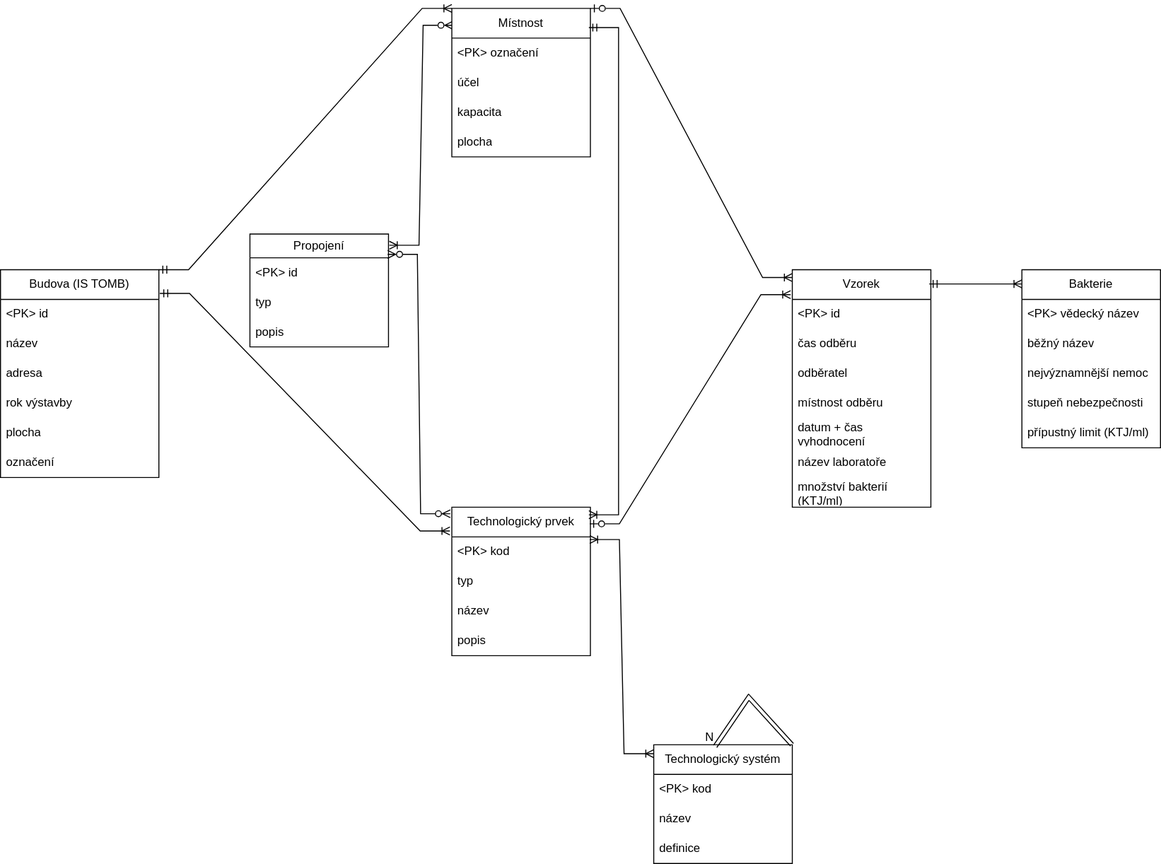
Above: Homework n.1/IUS_Pasportizace.drawio.svg in adstrafe/IUS (draw.io), before the change. Source tidied: cells renumbered, new cells last; positions are measured from the earlier drawing's top-left corner, leaving out a move shared by most shapes.
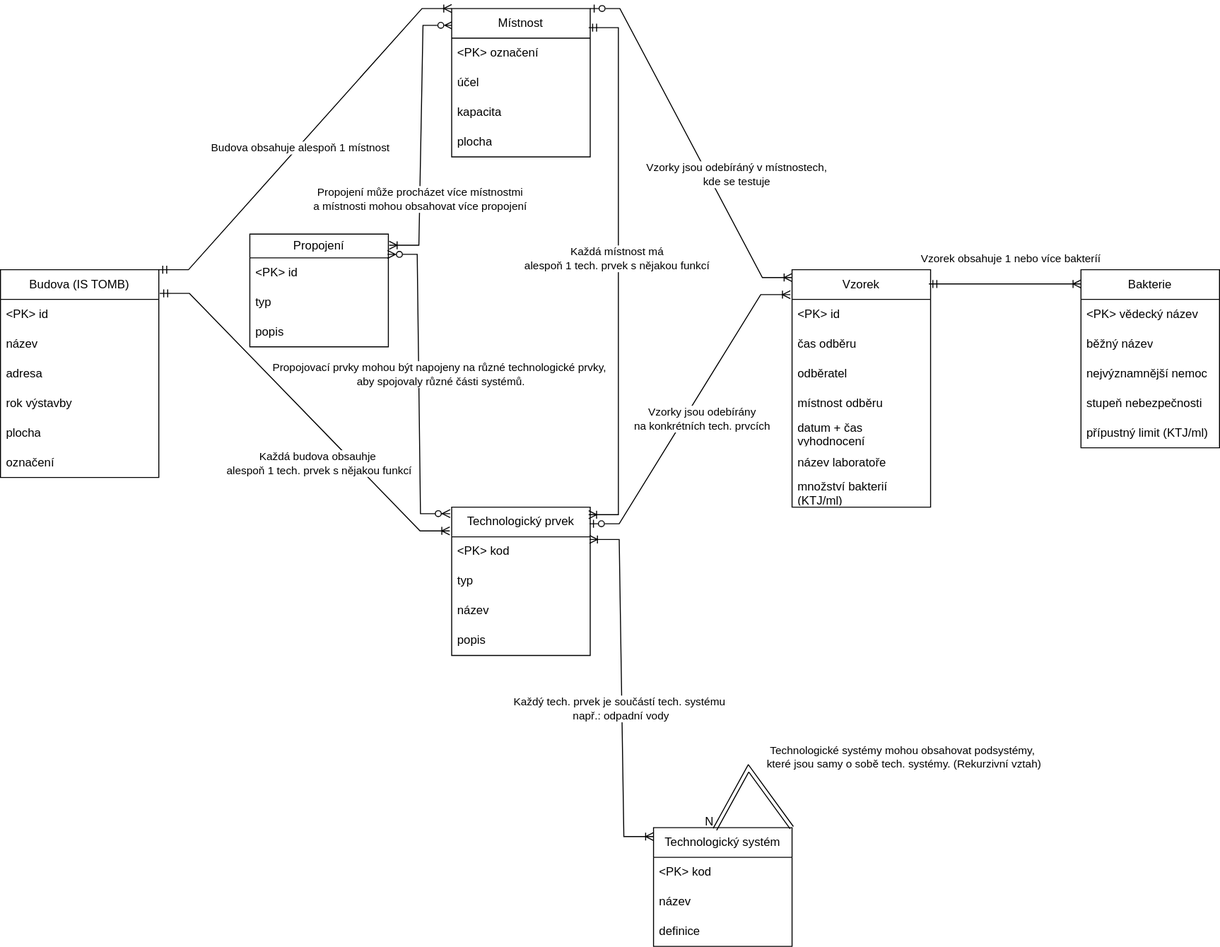
The same file after the commit.

Diff of the diagram source:
```diff
@@ -7,6 +7,11 @@
         <mxPoint x="457" y="17" as="targetPoint" />
       </mxGeometry>
     </mxCell>
+    <mxCell id="52" value="Propojení může procházet více místnostmi&lt;div&gt;a místnosti mohou obsahovat více propojení&lt;/div&gt;" style="edgeLabel;html=1;align=center;verticalAlign=middle;" parent="2" vertex="1">
+      <mxGeometry x="-0.33" y="1" relative="1" as="geometry">
+        <mxPoint y="18" as="offset" />
+      </mxGeometry>
+    </mxCell>
     <mxCell id="3" value="Budova (IS TOMB)" style="swimlane;fontStyle=0;horizontal=1;startSize=30;whiteSpace=wrap;html=1;" parent="1" vertex="1">
       <mxGeometry y="264" width="160" height="210" as="geometry" />
     </mxCell>
@@ -59,7 +64,7 @@
       <mxGeometry y="120" width="140" height="30" as="geometry" />
     </mxCell>
     <mxCell id="20" value="Technologický systém" style="swimlane;fontStyle=0;horizontal=1;startSize=30;whiteSpace=wrap;html=1;" parent="1" vertex="1">
-      <mxGeometry x="660" y="744" width="140" height="120" as="geometry" />
+      <mxGeometry x="660" y="828" width="140" height="120" as="geometry" />
     </mxCell>
     <mxCell id="21" value="&amp;lt;PK&amp;gt; kod" style="text;strokeColor=none;fillColor=none;align=left;verticalAlign=middle;spacingLeft=4;spacingRight=4;overflow=hidden;whiteSpace=wrap;html=1;" parent="20" vertex="1">
       <mxGeometry y="30" width="140" height="30" as="geometry" />
@@ -95,7 +100,7 @@
       <mxGeometry y="210" width="140" height="30" as="geometry" />
     </mxCell>
     <mxCell id="32" value="Bakterie" style="swimlane;fontStyle=0;horizontal=1;startSize=30;whiteSpace=wrap;html=1;" parent="1" vertex="1">
-      <mxGeometry x="1032" y="264" width="140" height="180" as="geometry" />
+      <mxGeometry x="1092" y="264" width="140" height="180" as="geometry" />
     </mxCell>
     <mxCell id="33" value="&amp;lt;PK&amp;gt; vědecký název" style="text;strokeColor=none;fillColor=none;align=left;verticalAlign=middle;spacingLeft=4;spacingRight=4;overflow=hidden;whiteSpace=wrap;html=1;" parent="32" vertex="1">
       <mxGeometry y="30" width="140" height="30" as="geometry" />
@@ -115,22 +120,42 @@
     <mxCell id="38" style="edgeStyle=entityRelationEdgeStyle;fontSize=12;html=1;endArrow=ERoneToMany;startArrow=ERoneToMany;rounded=0;exitX=0.995;exitY=0.089;exitDx=0;exitDy=0;exitPerimeter=0;entryX=0;entryY=0.075;entryDx=0;entryDy=0;entryPerimeter=0;" parent="1" edge="1" source="16" target="20">
       <mxGeometry relative="1" as="geometry" />
     </mxCell>
+    <mxCell id="53" value="Každý tech. prvek je součástí tech. systému&amp;nbsp;&lt;div&gt;např.: odpadní vody&lt;/div&gt;" style="edgeLabel;html=1;align=center;verticalAlign=middle;" parent="38" vertex="1">
+      <mxGeometry x="0.33" y="-2" relative="1" as="geometry">
+        <mxPoint y="-38" as="offset" />
+      </mxGeometry>
+    </mxCell>
-    <mxCell id="39" style="shape=link;html=1;rounded=0;exitX=0.998;exitY=0;exitDx=0;exitDy=0;exitPerimeter=0;entryX=0.443;entryY=0.014;entryDx=0;entryDy=0;entryPerimeter=0;" parent="1" edge="1" source="20" target="20">
+    <mxCell id="39" style="shape=link;html=1;rounded=0;exitX=0.998;exitY=0;exitDx=0;exitDy=0;exitPerimeter=0;entryX=0.443;entryY=0.014;entryDx=0;entryDy=0;entryPerimeter=0;elbow=vertical;" parent="1" edge="1" source="20" target="20">
       <mxGeometry relative="1" as="geometry">
         <Array as="points">
-          <mxPoint x="756" y="696" />
+          <mxPoint x="756" y="768" />
         </Array>
       </mxGeometry>
     </mxCell>
     <mxCell id="40" value="N" style="html=1;whiteSpace=wrap;align=right;verticalAlign=bottom;" parent="39" vertex="1">
       <mxGeometry x="1" relative="1" as="geometry" />
     </mxCell>
+    <mxCell id="54" value="Technologické systémy mohou obsahovat podsystémy,&amp;nbsp;&lt;div&gt;které jsou samy o sobě tech. systémy. (Rekurzivní vztah)&lt;/div&gt;" style="edgeLabel;html=1;align=center;verticalAlign=middle;" parent="39" vertex="1">
+      <mxGeometry x="-0.19" y="-2" relative="1" as="geometry">
+        <mxPoint x="146" y="-23" as="offset" />
+      </mxGeometry>
+    </mxCell>
     <mxCell id="41" style="edgeStyle=entityRelationEdgeStyle;fontSize=12;html=1;endArrow=ERoneToMany;rounded=0;exitX=1;exitY=0;exitDx=0;exitDy=0;entryX=0;entryY=0.033;entryDx=0;entryDy=0;entryPerimeter=0;startArrow=ERzeroToOne;startFill=0;" parent="1" edge="1" source="10" target="24">
       <mxGeometry relative="1" as="geometry" />
     </mxCell>
+    <mxCell id="55" value="Vzorky jsou odebíráný v místnostech,&lt;div&gt;kde se testuje&lt;/div&gt;" style="edgeLabel;html=1;align=center;verticalAlign=middle;" parent="41" vertex="1">
+      <mxGeometry relative="1" as="geometry">
+        <mxPoint x="45" y="31" as="offset" />
+      </mxGeometry>
+    </mxCell>
     <mxCell id="42" style="edgeStyle=entityRelationEdgeStyle;fontSize=12;html=1;endArrow=ERmandOne;rounded=0;endFill=0;startArrow=ERoneToMany;startFill=0;exitX=0.989;exitY=0.051;exitDx=0;exitDy=0;exitPerimeter=0;entryX=0.989;entryY=0.129;entryDx=0;entryDy=0;entryPerimeter=0;" parent="1" edge="1" source="15" target="10">
       <mxGeometry relative="1" as="geometry" />
     </mxCell>
+    <mxCell id="56" value="Každá místnost má&lt;div&gt;alespoň 1 tech. prvek s nějakou funkcí&lt;/div&gt;" style="edgeLabel;html=1;align=center;verticalAlign=middle;" parent="42" vertex="1">
+      <mxGeometry x="0.03" y="2" relative="1" as="geometry">
+        <mxPoint y="-6" as="offset" />
+      </mxGeometry>
+    </mxCell>
     <mxCell id="43" style="edgeStyle=entityRelationEdgeStyle;fontSize=12;html=1;endArrow=ERoneToMany;rounded=0;exitX=0.995;exitY=0.112;exitDx=0;exitDy=0;exitPerimeter=0;entryX=-0.012;entryY=0.105;entryDx=0;entryDy=0;entryPerimeter=0;startArrow=ERzeroToOne;startFill=0;" parent="1" edge="1" source="15" target="24">
       <mxGeometry relative="1" as="geometry">
         <Array as="points">
@@ -138,9 +163,19 @@
         </Array>
       </mxGeometry>
     </mxCell>
+    <mxCell id="57" value="Vzorky jsou odebírány&lt;div&gt;na konkrétních tech. prvcích&lt;/div&gt;" style="edgeLabel;html=1;align=center;verticalAlign=middle;" parent="43" vertex="1">
+      <mxGeometry x="0.02" y="1" relative="1" as="geometry">
+        <mxPoint x="10" y="13" as="offset" />
+      </mxGeometry>
+    </mxCell>
     <mxCell id="44" style="edgeStyle=entityRelationEdgeStyle;fontSize=12;html=1;endArrow=ERoneToMany;rounded=0;exitX=0.988;exitY=0.06;exitDx=0;exitDy=0;exitPerimeter=0;entryX=0;entryY=0.08;entryDx=0;entryDy=0;entryPerimeter=0;startArrow=ERmandOne;startFill=0;" parent="1" edge="1" source="24" target="32">
       <mxGeometry relative="1" as="geometry" />
     </mxCell>
+    <mxCell id="58" value="Vzorek obsahuje 1 nebo více bakteríí" style="edgeLabel;html=1;align=center;verticalAlign=middle;" parent="44" vertex="1">
+      <mxGeometry x="-0.17" y="-1" relative="1" as="geometry">
+        <mxPoint x="18" y="-27" as="offset" />
+      </mxGeometry>
+    </mxCell>
     <mxCell id="45" value="Propojení" style="swimlane;fontStyle=0;horizontal=1;startSize=24;whiteSpace=wrap;html=1;" parent="1" vertex="1">
       <mxGeometry x="252" y="228" width="140" height="114" as="geometry" />
     </mxCell>
@@ -156,11 +191,24 @@
     <mxCell id="49" style="edgeStyle=entityRelationEdgeStyle;fontSize=12;html=1;endArrow=ERzeroToMany;startArrow=ERzeroToMany;rounded=0;entryX=0.994;entryY=-0.117;entryDx=0;entryDy=0;entryPerimeter=0;exitX=-0.011;exitY=0.044;exitDx=0;exitDy=0;exitPerimeter=0;endFill=0;" parent="1" edge="1" source="15" target="46">
       <mxGeometry relative="1" as="geometry" />
     </mxCell>
+    <mxCell id="59" value="Propojovací prvky mohou být napojeny na různé technologické prvky,&amp;nbsp;&lt;div&gt;aby spojovaly různé části systémů.&lt;/div&gt;" style="edgeLabel;html=1;align=center;verticalAlign=middle;" parent="49" vertex="1">
+      <mxGeometry x="0.17" y="-22" relative="1" as="geometry">
+        <mxPoint y="17" as="offset" />
+      </mxGeometry>
+    </mxCell>
     <mxCell id="50" style="edgeStyle=entityRelationEdgeStyle;fontSize=12;html=1;endArrow=ERoneToMany;startArrow=ERmandOne;rounded=0;entryX=0;entryY=0;entryDx=0;entryDy=0;exitX=1;exitY=0;exitDx=0;exitDy=0;" parent="1" edge="1" source="3" target="10">
       <mxGeometry relative="1" as="geometry" />
     </mxCell>
+    <mxCell id="60" value="Budova obsahuje alespoň 1 místnost" style="edgeLabel;html=1;align=center;verticalAlign=middle;" parent="50" vertex="1">
+      <mxGeometry x="-0.05" y="-1" relative="1" as="geometry" />
+    </mxCell>
     <mxCell id="51" style="edgeStyle=entityRelationEdgeStyle;fontSize=12;html=1;endArrow=ERoneToMany;startArrow=ERmandOne;rounded=0;exitX=1.006;exitY=0.114;exitDx=0;exitDy=0;exitPerimeter=0;entryX=-0.014;entryY=0.16;entryDx=0;entryDy=0;entryPerimeter=0;" parent="1" edge="1" source="3" target="15">
       <mxGeometry relative="1" as="geometry" />
     </mxCell>
+    <mxCell id="61" value="Každá budova obsauhje&amp;nbsp;&lt;div&gt;alespoň 1 tech. prvek s nějakou funkcí&lt;/div&gt;" style="edgeLabel;html=1;align=center;verticalAlign=middle;" parent="51" vertex="1">
+      <mxGeometry x="0.02" y="-2" relative="1" as="geometry">
+        <mxPoint x="13" y="47" as="offset" />
+      </mxGeometry>
+    </mxCell>
   </root>
 </mxGraphModel>
```
